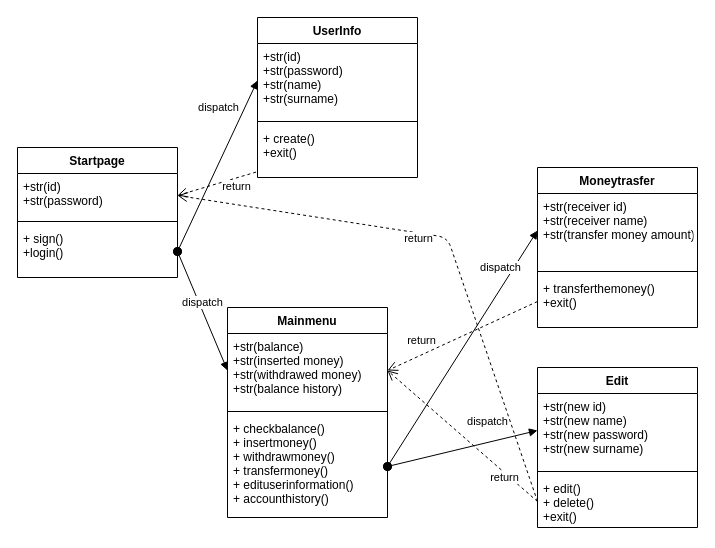
Earlier version of the draw.io diagram atm_Class_Diagram.drawio (zkntprk/ATM_Diagram). Source tidied: cells renumbered, new cells numbered last; positions are measured from the earlier drawing's top-left corner, leaving out a move shared by most shapes. Both pictures are drawn from the tidied source at 100%, with x=0, y=0 at pixel (17, 17).
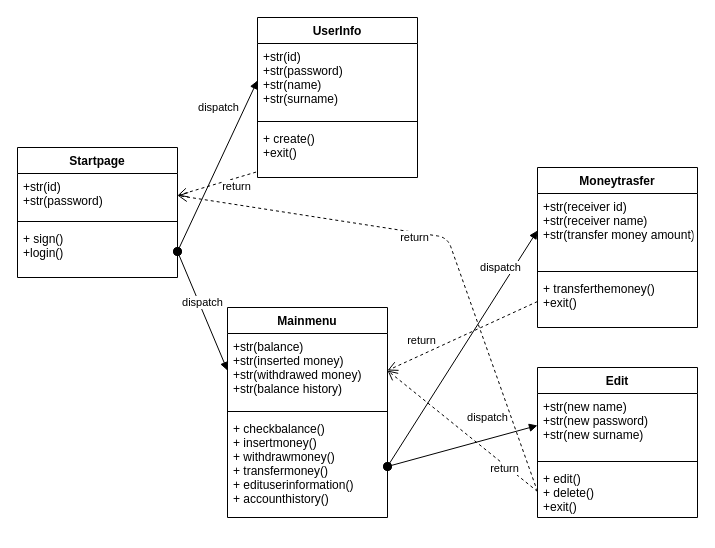
The same page after the edit.

The edit, as a diff of the source:
```diff
@@
     <mxCell id="18" value="Edit" style="swimlane;fontStyle=1;align=center;verticalAlign=top;horizontal=1;startSize=26;" parent="1" vertex="1">
-      <mxGeometry x="520" y="350" width="160" height="160" as="geometry" />
+      <mxGeometry x="520" y="350" width="160" height="150" as="geometry" />
     </mxCell>
-    <mxCell id="19" value="+str(new id)&#10;+str(new name)&#10;+str(new password)&#10;+str(new surname)" style="text;strokeColor=none;fillColor=none;align=left;verticalAlign=top;spacingLeft=4;spacingRight=4;overflow=hidden;points=[[0,0.5],[1,0.5]];portConstraint=eastwest;" parent="18" vertex="1">
-      <mxGeometry y="26" width="160" height="74" as="geometry" />
+    <mxCell id="19" value="+str(new name)&#10;+str(new password)&#10;+str(new surname)" style="text;strokeColor=none;fillColor=none;align=left;verticalAlign=top;spacingLeft=4;spacingRight=4;overflow=hidden;points=[[0,0.5],[1,0.5]];portConstraint=eastwest;" parent="18" vertex="1">
+      <mxGeometry y="26" width="160" height="64" as="geometry" />
     </mxCell>
     <mxCell id="20" style="line;strokeWidth=1;fillColor=none;align=left;verticalAlign=middle;spacingTop=-1;spacingLeft=3;spacingRight=3;labelPosition=right;" parent="18" vertex="1">
-      <mxGeometry y="100" width="160" height="8" as="geometry" />
+      <mxGeometry y="90" width="160" height="8" as="geometry" />
     </mxCell>
     <mxCell id="21" value="+ edit()&#10;+ delete()&#10;+exit()" style="text;strokeColor=none;fillColor=none;align=left;verticalAlign=top;spacingLeft=4;spacingRight=4;overflow=hidden;points=[[0,0.5],[1,0.5]];portConstraint=eastwest;" parent="18" vertex="1">
-      <mxGeometry y="108" width="160" height="52" as="geometry" />
+      <mxGeometry y="98" width="160" height="52" as="geometry" />
     </mxCell>
```
